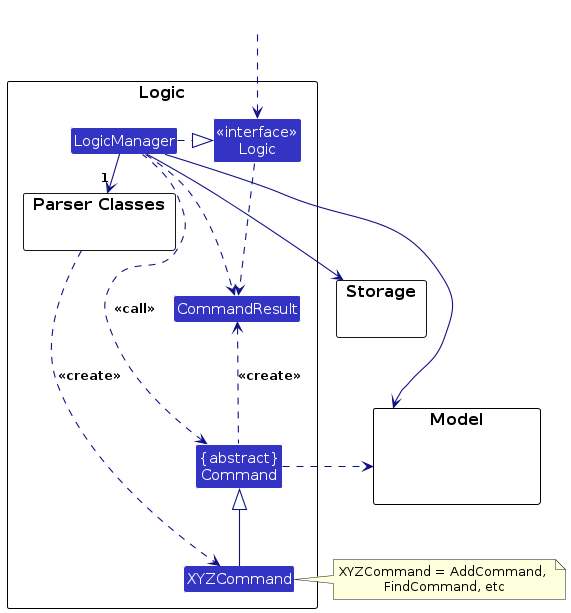
Before: diagrams/LogicClassDiagram.png, a diagram exported from PlantUML (AY2627S1-CS2103-F09-1/tp). Its source is kept beside it as diagrams/LogicClassDiagram.puml.
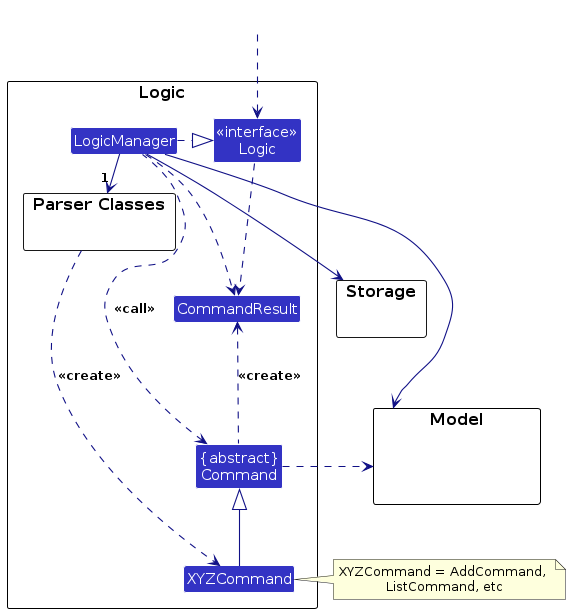
Later version of the same file.

Change to the diagram source:
```diff
@@ -39,7 +39,7 @@
 Storage --[hidden] Model
 Command .[hidden]up.> Storage
 Command .right.> Model
-note right of XYZCommand: XYZCommand = AddCommand, \nFindCommand, etc
+note right of XYZCommand: XYZCommand = AddCommand, \nListCommand, etc
 
 Logic ..> CommandResult
 LogicManager .down.> CommandResult
```
